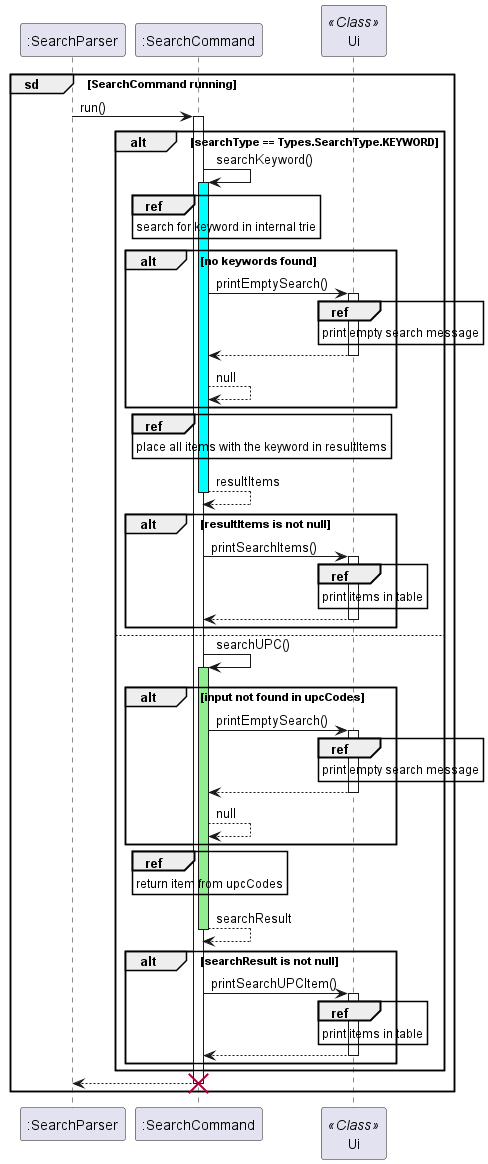
Earlier version of the PlantUML export docs/UML/Search/SearchCommand.png (nus-cs2113-AY2223S2/tp).
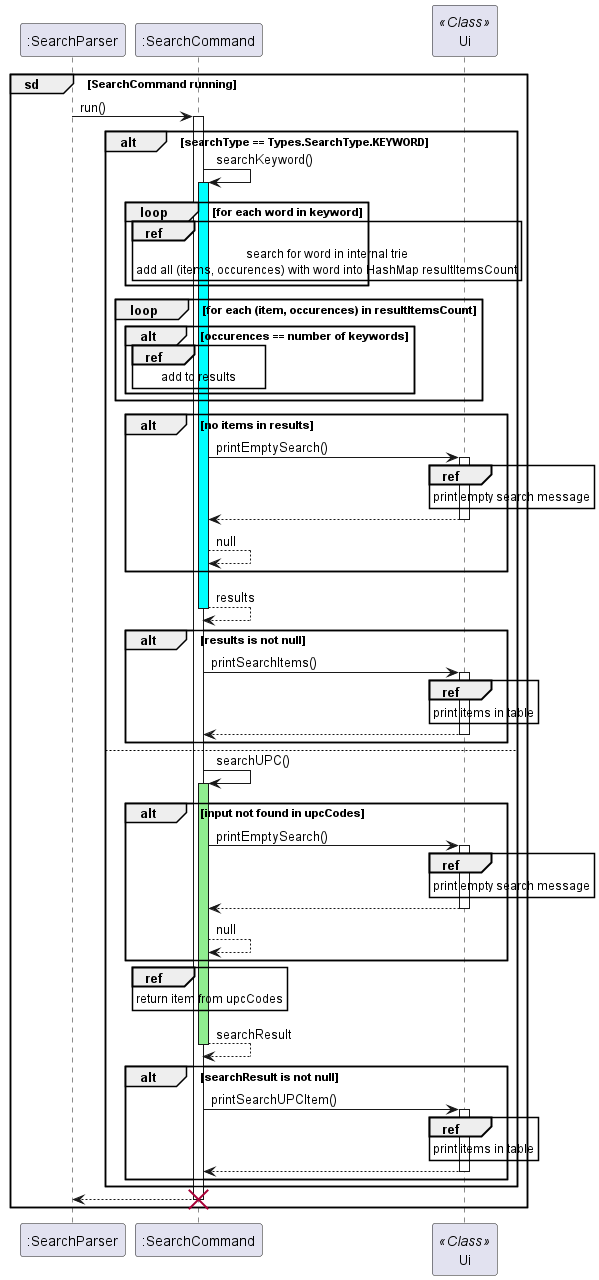
The same file after the commit.

Change to the diagram source:
```diff
@@ -9,10 +9,20 @@
     alt searchType == Types.SearchType.KEYWORD
         ":SearchCommand" -> ":SearchCommand": searchKeyword()
         activate ":SearchCommand" #cyan
-        ref over ":SearchCommand"
-            search for keyword in internal trie
-        end ref
-        alt no keywords found
+        loop for each word in keyword
+            ref over ":SearchCommand"
+                search for word in internal trie
+                add all (items, occurences) with word into HashMap resultItemsCount
+            end ref
+        end
+        loop for each (item, occurences) in resultItemsCount
+            alt occurences == number of keywords
+                ref over ":SearchCommand"
+                    add to results
+                end ref
+            end
+        end
+        alt no items in results
             ":SearchCommand" -> Ui: printEmptySearch()
             activate Ui
             ref over Ui
@@ -21,11 +31,8 @@
             return
             ":SearchCommand" --> ":SearchCommand": null
         end
-        ref over ":SearchCommand"
-            place all items with the keyword in resultItems
-        end ref
-        return resultItems
-        alt resultItems is not null
+        return results
+        alt results is not null
             ":SearchCommand" -> Ui: printSearchItems()
             activate Ui
             ref over Ui
```
